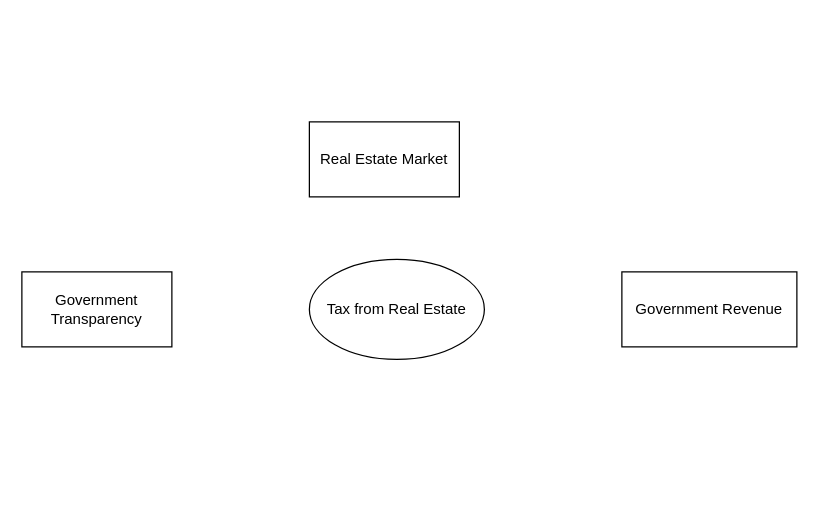
This is Test.drawio from JDung19/Test_Draw, a draw.io file, before an edit. Source tidied: cells renumbered, new cells numbered last; positions are measured from the earlier drawing's top-left corner, leaving out a move shared by most shapes. Both pictures are drawn from the tidied source at 125%, with x=0, y=0 at pixel (21, 121).
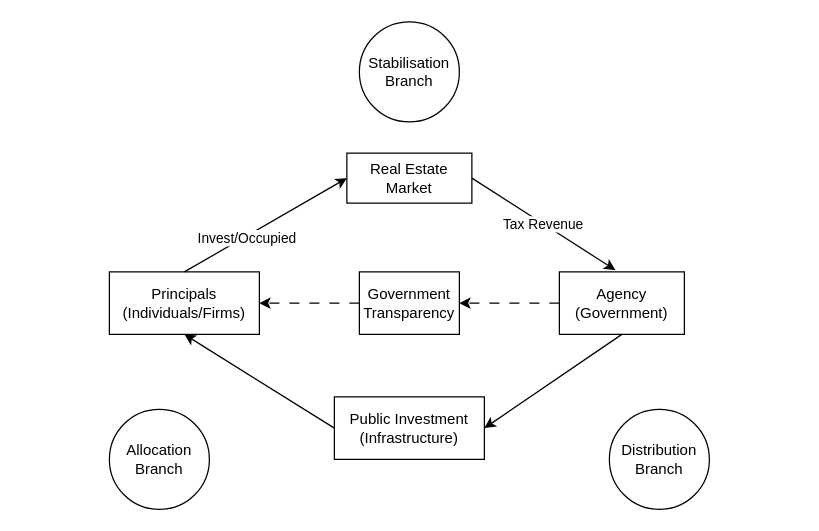
Above is the later version.

Diff of the diagram source:
```diff
@@
 <mxGraphModel>
   <root>
     <mxCell id="0" />
     <mxCell id="1" parent="0" />
     <mxCell id="2" value="Government Transparency" style="rounded=0;whiteSpace=wrap;html=1;" parent="1" vertex="1">
-      <mxGeometry y="120" width="120" height="60" as="geometry" />
+      <mxGeometry x="270" y="120" width="80" height="50" as="geometry" />
     </mxCell>
-    <mxCell id="3" value="Government Revenue" style="rounded=0;whiteSpace=wrap;html=1;" parent="1" vertex="1">
-      <mxGeometry x="480" y="120" width="140" height="60" as="geometry" />
+    <mxCell id="3" value="Agency&lt;div&gt;(Government)&lt;/div&gt;" style="rounded=0;whiteSpace=wrap;html=1;" parent="1" vertex="1">
+      <mxGeometry x="430" y="120" width="100" height="50" as="geometry" />
     </mxCell>
     <mxCell id="4" value="Real Estate Market" style="rounded=0;whiteSpace=wrap;html=1;" parent="1" vertex="1">
-      <mxGeometry x="230" width="120" height="60" as="geometry" />
+      <mxGeometry x="260" y="25" width="100" height="40" as="geometry" />
     </mxCell>
-    <mxCell id="5" value="Tax from Real Estate" style="ellipse;whiteSpace=wrap;html=1;" parent="1" vertex="1">
-      <mxGeometry x="230" y="110" width="140" height="80" as="geometry" />
-    </mxCell>
+    <mxCell id="6" value="Allocation Branch" style="ellipse;whiteSpace=wrap;html=1;" parent="1" vertex="1">
+      <mxGeometry x="70" y="230" width="80" height="80" as="geometry" />
+    </mxCell>
+    <mxCell id="7" value="Distribution Branch" style="ellipse;whiteSpace=wrap;html=1;" parent="1" vertex="1">
+      <mxGeometry x="470" y="230" width="80" height="80" as="geometry" />
+    </mxCell>
+    <mxCell id="8" value="Stabilisation Branch" style="ellipse;whiteSpace=wrap;html=1;" parent="1" vertex="1">
+      <mxGeometry x="270" y="-80" width="80" height="80" as="geometry" />
+    </mxCell>
+    <mxCell id="9" value="&lt;div&gt;Principals&lt;/div&gt;(Individuals/Firms)" style="rounded=0;whiteSpace=wrap;html=1;" parent="1" vertex="1">
+      <mxGeometry x="70" y="120" width="120" height="50" as="geometry" />
+    </mxCell>
+    <mxCell id="10" style="endArrow=classic;html=1;rounded=0;exitX=0;exitY=0.5;exitDx=0;exitDy=0;entryX=1;entryY=0.5;entryDx=0;entryDy=0;dashed=1;dashPattern=8 8;" parent="1" edge="1" source="3" target="2">
+      <mxGeometry relative="1" as="geometry" />
+    </mxCell>
+    <mxCell id="11" style="endArrow=classic;html=1;rounded=0;exitX=0;exitY=0.5;exitDx=0;exitDy=0;entryX=1;entryY=0.5;entryDx=0;entryDy=0;dashed=1;dashPattern=8 8;" parent="1" edge="1" source="2" target="9">
+      <mxGeometry relative="1" as="geometry" />
+    </mxCell>
+    <mxCell id="12" style="endArrow=classic;html=1;rounded=0;exitX=0.5;exitY=0;exitDx=0;exitDy=0;entryX=0;entryY=0.5;entryDx=0;entryDy=0;" parent="1" edge="1" source="9" target="4">
+      <mxGeometry relative="1" as="geometry" />
+    </mxCell>
+    <mxCell id="13" value="Invest/Occupied" style="edgeLabel;html=1;align=center;verticalAlign=middle;" parent="12" vertex="1">
+      <mxGeometry x="-0.24" y="-1" relative="1" as="geometry" />
+    </mxCell>
+    <mxCell id="14" value="Tax Revenue" style="endArrow=classic;html=1;rounded=0;exitX=1;exitY=0.5;exitDx=0;exitDy=0;entryX=0.448;entryY=-0.029;entryDx=0;entryDy=0;entryPerimeter=0;" parent="1" edge="1" source="4" target="3">
+      <mxGeometry relative="1" as="geometry" />
+    </mxCell>
+    <mxCell id="15" value="Public Investment&lt;div&gt;(Infrastructure)&lt;/div&gt;" style="rounded=0;whiteSpace=wrap;html=1;" parent="1" vertex="1">
+      <mxGeometry x="250" y="220" width="120" height="50" as="geometry" />
+    </mxCell>
+    <mxCell id="16" style="endArrow=classic;html=1;rounded=0;exitX=0.5;exitY=1;exitDx=0;exitDy=0;entryX=1;entryY=0.5;entryDx=0;entryDy=0;" parent="1" edge="1" source="3" target="15">
+      <mxGeometry relative="1" as="geometry" />
+    </mxCell>
+    <mxCell id="17" style="endArrow=classic;html=1;rounded=0;exitX=0;exitY=0.5;exitDx=0;exitDy=0;entryX=0.5;entryY=1;entryDx=0;entryDy=0;" parent="1" edge="1" source="15" target="9">
+      <mxGeometry relative="1" as="geometry" />
+    </mxCell>
   </root>
 </mxGraphModel>
```
